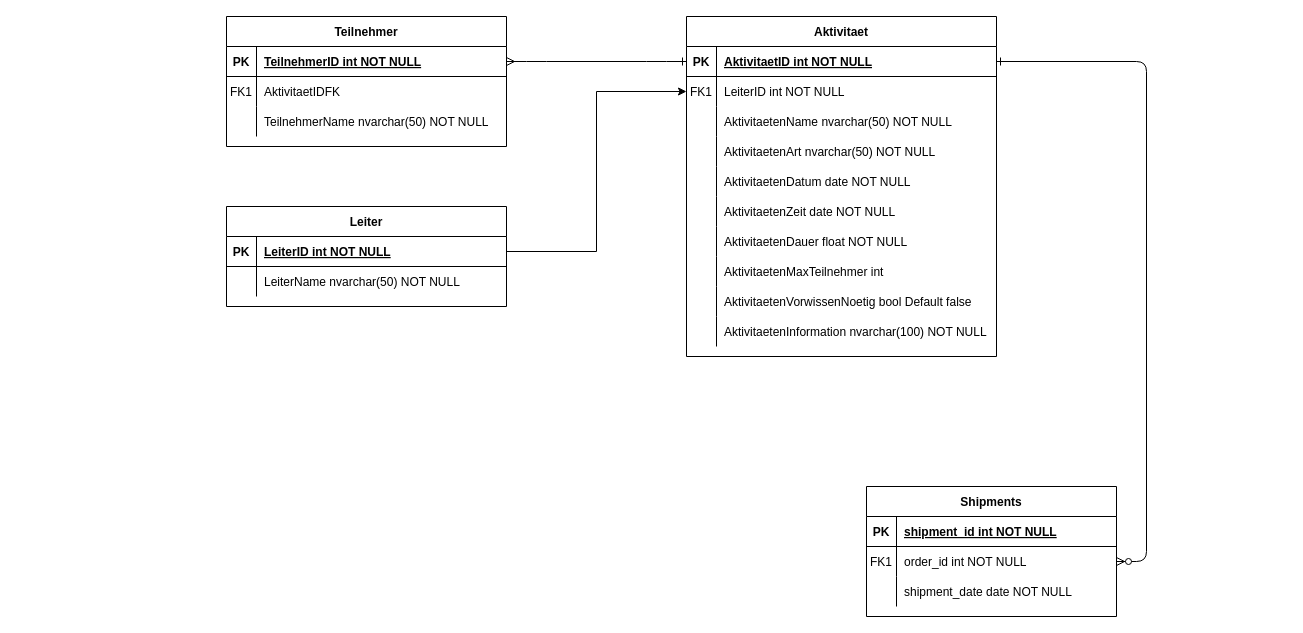
Earlier version of the draw.io diagram CVAVT/Diagrams/ER-Datenbank v1.0.drawio (mastapetz/CVAVT). Source tidied: cells renumbered, new cells numbered last; positions are measured from the earlier drawing's top-left corner, leaving out a move shared by most shapes. Both pictures are drawn from the tidied source at 100%, with x=0, y=0 at pixel (226, 16).
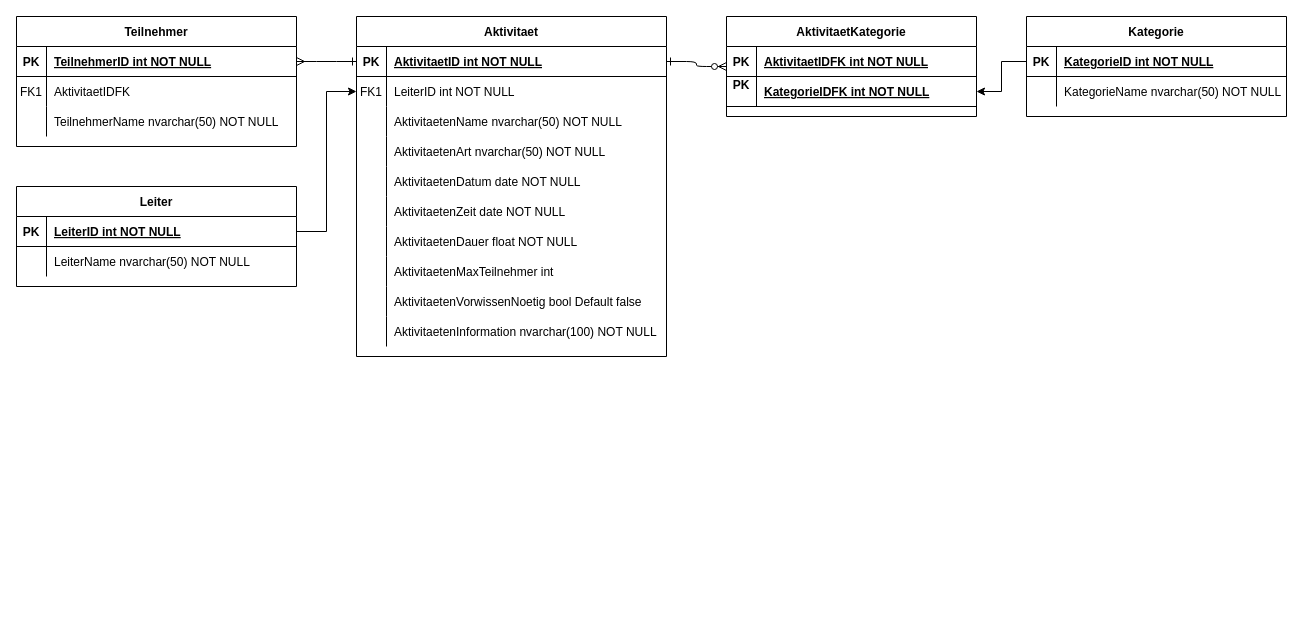
The same page after the edit.

Commit message:
Kategorie und verbindungstabelle

Unchanged cells that the change refers to:
```xml
<mxCell id="5" style="shape=partialRectangle;fillColor=none;points=[[0,0.5],[1,0.5]];portConstraint=eastwest;top=0;left=0;right=0;bottom=1;" parent="4" vertex="1">
  <mxGeometry y="30" width="310" height="30" as="geometry" />
</mxCell>
<mxCell id="36" style="shape=partialRectangle;fillColor=none;top=0;left=0;right=0;bottom=1;" parent="35" vertex="1">
  <mxGeometry y="30" width="250" height="30" as="geometry" />
</mxCell>
```

Diff of the diagram source:
```diff
@@
-    <mxCell id="3" style="edgeStyle=entityRelationEdgeStyle;endArrow=ERzeroToMany;startArrow=ERone;endFill=1;startFill=0;" parent="1" edge="1" source="5" target="39">
+    <mxCell id="3" style="endArrow=ERzeroToMany;startArrow=ERone;endFill=1;startFill=0;entryX=0;entryY=0.5;entryDx=0;entryDy=0;edgeStyle=orthogonalEdgeStyle;" parent="1" edge="1" source="5" target="35">
       <mxGeometry relative="1" as="geometry" />
     </mxCell>
     <mxCell id="4" value="Aktivitaet" style="shape=table;startSize=30;childLayout=tableLayout;rowLines=0;fontStyle=1;align=center;" parent="1" vertex="1">
-      <mxGeometry x="460" width="310" height="340" as="geometry" />
+      <mxGeometry x="130" width="310" height="340" as="geometry" />
     </mxCell>
@@
-    <mxCell id="35" value="Shipments" style="shape=table;startSize=30;childLayout=tableLayout;rowLines=0;fontStyle=1;align=center;" parent="1" vertex="1">
-      <mxGeometry x="640" y="470" width="250" height="130" as="geometry" />
+    <mxCell id="35" value="AktivitaetKategorie" style="shape=table;startSize=30;childLayout=tableLayout;rowLines=0;fontStyle=1;align=center;" parent="1" vertex="1">
+      <mxGeometry x="500" width="250" height="100" as="geometry" />
     </mxCell>
@@
-    <mxCell id="38" value="shipment_id int NOT NULL " style="shape=partialRectangle;overflow=hidden;fillColor=none;top=0;left=0;bottom=0;right=0;align=left;spacingLeft=6;fontStyle=5;" parent="36" vertex="1">
+    <mxCell id="38" value="AktivitaetIDFK int NOT NULL " style="shape=partialRectangle;overflow=hidden;fillColor=none;top=0;left=0;bottom=0;right=0;align=left;spacingLeft=6;fontStyle=5;" parent="36" vertex="1">
       <mxGeometry x="30" width="220" height="30" as="geometry" />
     </mxCell>
-    <mxCell id="39" style="shape=partialRectangle;fillColor=none;points=[[0,0.5],[1,0.5]];portConstraint=eastwest;top=0;left=0;right=0;bottom=0;" parent="35" vertex="1">
-      <mxGeometry y="60" width="250" height="30" as="geometry" />
-    </mxCell>
-    <mxCell id="40" value="FK1" style="shape=partialRectangle;overflow=hidden;fillColor=none;top=0;left=0;bottom=0;right=0;" parent="39" vertex="1">
-      <mxGeometry width="30" height="30" as="geometry" />
-    </mxCell>
-    <mxCell id="41" value="order_id int NOT NULL" style="shape=partialRectangle;overflow=hidden;fillColor=none;top=0;left=0;bottom=0;right=0;align=left;spacingLeft=6;" parent="39" vertex="1">
-      <mxGeometry x="30" width="220" height="30" as="geometry" />
-    </mxCell>
-    <mxCell id="42" style="shape=partialRectangle;fillColor=none;top=0;left=0;right=0;bottom=0;" parent="35" vertex="1">
-      <mxGeometry y="90" width="250" height="30" as="geometry" />
-    </mxCell>
-    <mxCell id="43" style="shape=partialRectangle;overflow=hidden;fillColor=none;top=0;left=0;bottom=0;right=0;" parent="42" vertex="1">
-      <mxGeometry width="30" height="30" as="geometry" />
-    </mxCell>
-    <mxCell id="44" value="shipment_date date NOT NULL" style="shape=partialRectangle;overflow=hidden;fillColor=none;top=0;left=0;bottom=0;right=0;align=left;spacingLeft=6;" parent="42" vertex="1">
-      <mxGeometry x="30" width="220" height="30" as="geometry" />
-    </mxCell>
+    <mxCell id="63" style="shape=partialRectangle;fillColor=none;points=[[0,0.5],[1,0.5]];portConstraint=eastwest;top=0;left=0;right=0;bottom=1;" parent="35" vertex="1">
+      <mxGeometry y="60" width="250" height="30" as="geometry" />
+    </mxCell>
+    <mxCell id="64" value="PK&#10;" style="shape=partialRectangle;overflow=hidden;fillColor=none;top=0;left=0;bottom=0;right=0;fontStyle=1;" parent="63" vertex="1">
+      <mxGeometry width="30" height="30" as="geometry" />
+    </mxCell>
+    <mxCell id="65" value="KategorieIDFK int NOT NULL " style="shape=partialRectangle;overflow=hidden;fillColor=none;top=0;left=0;bottom=0;right=0;align=left;spacingLeft=6;fontStyle=5;" parent="63" vertex="1">
+      <mxGeometry x="30" width="220" height="30" as="geometry" />
+    </mxCell>
     <mxCell id="45" value="Teilnehmer" style="shape=table;startSize=30;childLayout=tableLayout;rowLines=0;fontStyle=1;align=center;" parent="1" vertex="1">
-      <mxGeometry width="280" height="130" as="geometry" />
+      <mxGeometry x="-210" width="280" height="130" as="geometry" />
     </mxCell>
@@
     <mxCell id="55" value="Leiter" style="shape=table;startSize=30;childLayout=tableLayout;rowLines=0;fontStyle=1;align=center;" parent="1" vertex="1">
-      <mxGeometry y="190" width="280" height="100" as="geometry" />
+      <mxGeometry x="-210" y="170" width="280" height="100" as="geometry" />
     </mxCell>
@@
+    <mxCell id="66" value="Kategorie" style="shape=table;startSize=30;childLayout=tableLayout;rowLines=0;fontStyle=1;align=center;" parent="1" vertex="1">
+      <mxGeometry x="800" width="260" height="100" as="geometry" />
+    </mxCell>
+    <mxCell id="67" style="shape=partialRectangle;fillColor=none;points=[[0,0.5],[1,0.5]];portConstraint=eastwest;top=0;left=0;right=0;bottom=1;" parent="66" vertex="1">
+      <mxGeometry y="30" width="260" height="30" as="geometry" />
+    </mxCell>
+    <mxCell id="68" value="PK" style="shape=partialRectangle;overflow=hidden;fillColor=none;top=0;left=0;bottom=0;right=0;fontStyle=1;" parent="67" vertex="1">
+      <mxGeometry width="30" height="30" as="geometry" />
+    </mxCell>
+    <mxCell id="69" value="KategorieID int NOT NULL " style="shape=partialRectangle;overflow=hidden;fillColor=none;top=0;left=0;bottom=0;right=0;align=left;spacingLeft=6;fontStyle=5;" parent="67" vertex="1">
+      <mxGeometry x="30" width="230" height="30" as="geometry" />
+    </mxCell>
+    <mxCell id="70" style="shape=partialRectangle;fillColor=none;top=0;left=0;right=0;bottom=0;" parent="66" vertex="1">
+      <mxGeometry y="60" width="260" height="30" as="geometry" />
+    </mxCell>
+    <mxCell id="43" style="shape=partialRectangle;overflow=hidden;fillColor=none;top=0;left=0;bottom=0;right=0;" parent="70" vertex="1">
+      <mxGeometry width="30" height="30" as="geometry" />
+    </mxCell>
+    <mxCell id="71" value="KategorieName nvarchar(50) NOT NULL" style="shape=partialRectangle;overflow=hidden;fillColor=none;top=0;left=0;bottom=0;right=0;align=left;spacingLeft=6;" parent="70" vertex="1">
+      <mxGeometry x="30" width="230" height="30" as="geometry" />
+    </mxCell>
+    <mxCell id="72" style="edgeStyle=orthogonalEdgeStyle;rounded=0;jettySize=auto;html=1;exitX=0;exitY=0.5;exitDx=0;exitDy=0;entryX=1;entryY=0.5;entryDx=0;entryDy=0;" parent="1" edge="1" source="67" target="63">
+      <mxGeometry relative="1" as="geometry" />
+    </mxCell>
```
